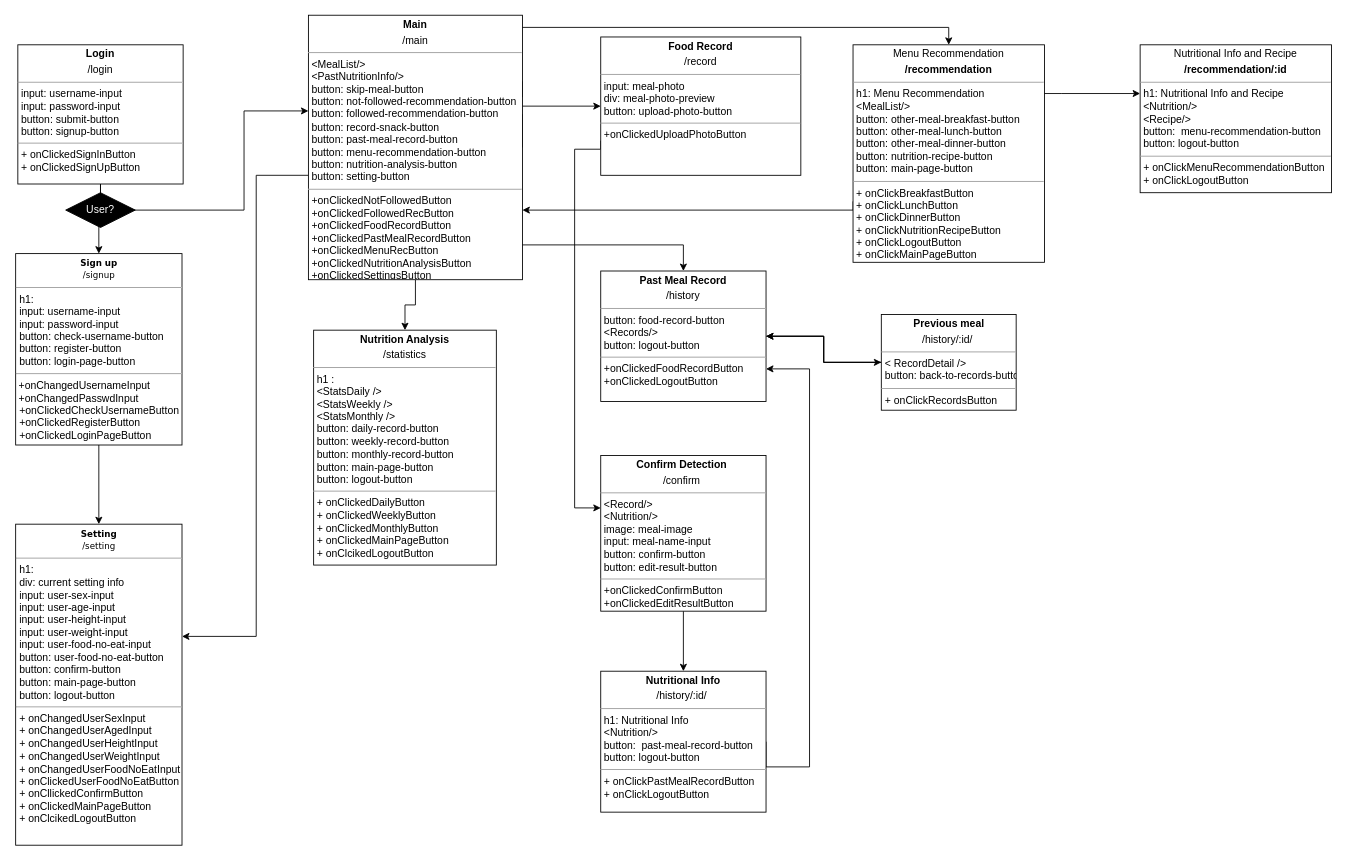
Before: diagrams/Frontend_UML.drawio in swsnu/swpp2021-team5, a draw.io diagram. Source tidied: cells renumbered, new cells numbered last; positions are measured from the earlier drawing's top-left corner, leaving out a move shared by most shapes. Both pictures are drawn from the tidied source at 87%, with x=0, y=0 at pixel (16, 15).
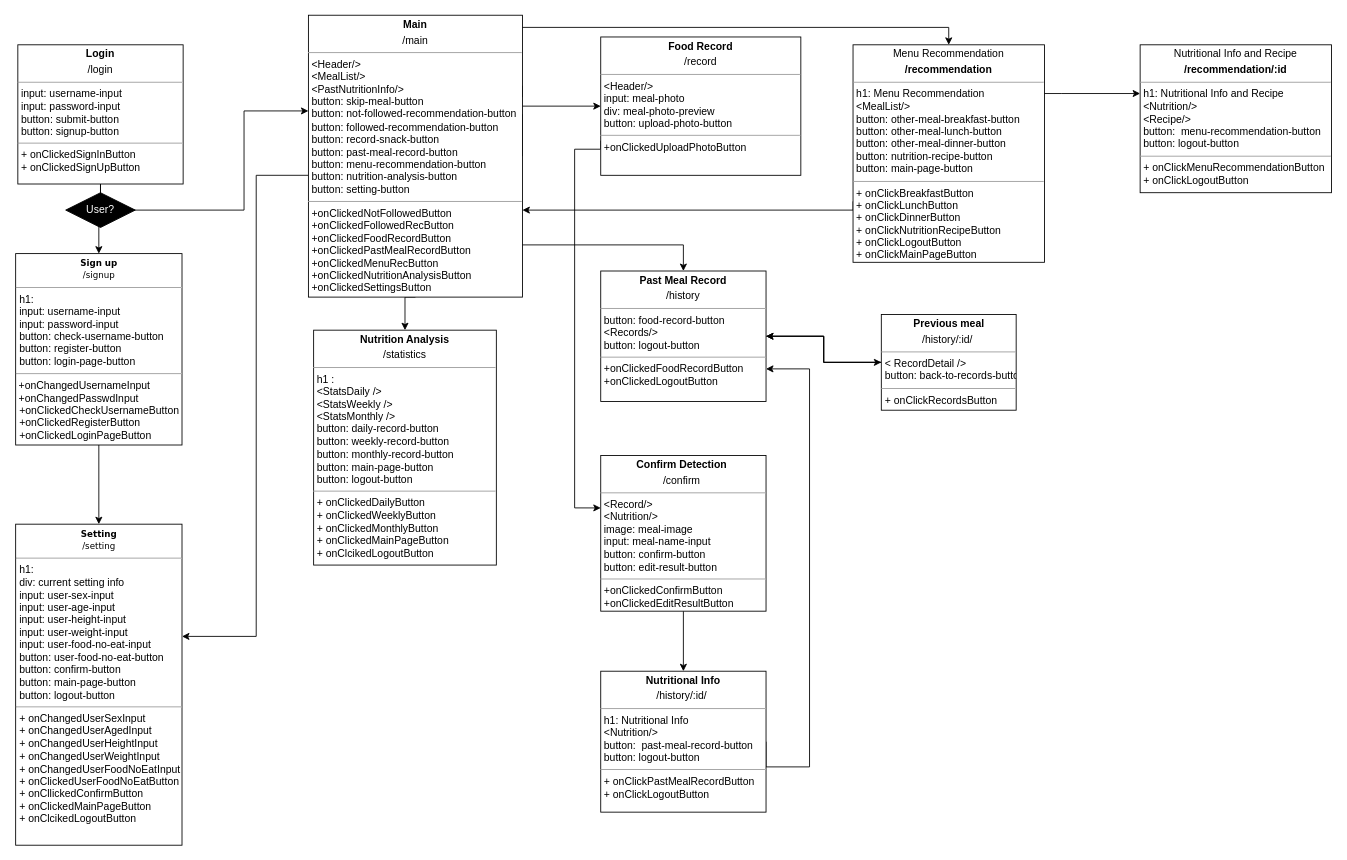
After the change.

Change to the diagram source:
```diff
@@
-    <mxCell id="9" value="&lt;p style=&quot;margin: 0px ; margin-top: 4px ; text-align: center&quot;&gt;&lt;b&gt;Main&lt;/b&gt;&lt;/p&gt;&lt;p style=&quot;margin: 0px ; margin-top: 4px ; text-align: center&quot;&gt;/main&lt;/p&gt;&lt;hr size=&quot;1&quot;&gt;&lt;p style=&quot;margin: 0px ; margin-left: 4px&quot;&gt;&lt;span&gt;&amp;lt;MealList/&amp;gt;&lt;/span&gt;&lt;br&gt;&lt;/p&gt;&lt;p style=&quot;margin: 0px ; margin-left: 4px&quot;&gt;&amp;lt;PastNutritionInfo/&amp;gt;&lt;/p&gt;&lt;p style=&quot;margin: 0px ; margin-left: 4px&quot;&gt;button: skip-meal-button&lt;/p&gt;&lt;p style=&quot;margin: 0px ; margin-left: 4px&quot;&gt;button: not-followed-recommendation-button&lt;/p&gt;&lt;p style=&quot;margin: 0px 0px 0px 4px&quot;&gt;button: followed-recommendation-button&lt;/p&gt;&lt;p style=&quot;margin: 0px ; margin-left: 4px&quot;&gt;&lt;span&gt;button: record-snack-button&lt;/span&gt;&lt;br&gt;&lt;/p&gt;&lt;p style=&quot;margin: 0px 0px 0px 4px&quot;&gt;button: past-meal-record-button&lt;/p&gt;&lt;p style=&quot;margin: 0px 0px 0px 4px&quot;&gt;button: menu-recommendation-button&lt;/p&gt;&lt;p style=&quot;margin: 0px 0px 0px 4px&quot;&gt;button: nutrition-analysis-button&lt;/p&gt;&lt;p style=&quot;margin: 0px 0px 0px 4px&quot;&gt;&lt;span&gt;button: setting-button&lt;/span&gt;&lt;br&gt;&lt;/p&gt;&lt;hr size=&quot;1&quot;&gt;&lt;p style=&quot;margin: 0px ; margin-left: 4px&quot;&gt;+onClickedNotFollowedButton&lt;/p&gt;&lt;p style=&quot;margin: 0px ; margin-left: 4px&quot;&gt;+onClickedFollowedRecButton&lt;br&gt;&lt;/p&gt;&lt;p style=&quot;margin: 0px ; margin-left: 4px&quot;&gt;+onClickedFoodRecordButton&lt;/p&gt;&lt;p style=&quot;margin: 0px 0px 0px 4px&quot;&gt;+onClickedPastMealRecordButton&lt;/p&gt;&lt;p style=&quot;margin: 0px ; margin-left: 4px&quot;&gt;+onClickedMenuRecButton&lt;/p&gt;&lt;p style=&quot;margin: 0px ; margin-left: 4px&quot;&gt;+onClickedNutritionAnalysisButton&lt;/p&gt;&lt;p style=&quot;margin: 0px ; margin-left: 4px&quot;&gt;&lt;span&gt;+onClickedSettingsButton&lt;/span&gt;&lt;br&gt;&lt;/p&gt;" style="verticalAlign=top;align=left;overflow=fill;fontSize=12;fontFamily=Helvetica;html=1;rounded=0;shadow=0;comic=0;labelBackgroundColor=none;strokeWidth=1;" parent="1" vertex="1">
-      <mxGeometry x="336" width="246" height="304" as="geometry" />
+    <mxCell id="9" value="&lt;p style=&quot;margin: 0px ; margin-top: 4px ; text-align: center&quot;&gt;&lt;b&gt;Main&lt;/b&gt;&lt;/p&gt;&lt;p style=&quot;margin: 0px ; margin-top: 4px ; text-align: center&quot;&gt;/main&lt;/p&gt;&lt;hr size=&quot;1&quot;&gt;&lt;p style=&quot;margin: 0px ; margin-left: 4px&quot;&gt;&lt;span&gt;&amp;lt;Header/&amp;gt;&lt;/span&gt;&lt;/p&gt;&lt;p style=&quot;margin: 0px ; margin-left: 4px&quot;&gt;&lt;span&gt;&amp;lt;MealList/&amp;gt;&lt;/span&gt;&lt;br&gt;&lt;/p&gt;&lt;p style=&quot;margin: 0px ; margin-left: 4px&quot;&gt;&amp;lt;PastNutritionInfo/&amp;gt;&lt;/p&gt;&lt;p style=&quot;margin: 0px ; margin-left: 4px&quot;&gt;button: skip-meal-button&lt;/p&gt;&lt;p style=&quot;margin: 0px ; margin-left: 4px&quot;&gt;button: not-followed-recommendation-button&lt;/p&gt;&lt;p style=&quot;margin: 0px 0px 0px 4px&quot;&gt;button: followed-recommendation-button&lt;/p&gt;&lt;p style=&quot;margin: 0px ; margin-left: 4px&quot;&gt;&lt;span&gt;button: record-snack-button&lt;/span&gt;&lt;br&gt;&lt;/p&gt;&lt;p style=&quot;margin: 0px 0px 0px 4px&quot;&gt;button: past-meal-record-button&lt;/p&gt;&lt;p style=&quot;margin: 0px 0px 0px 4px&quot;&gt;button: menu-recommendation-button&lt;/p&gt;&lt;p style=&quot;margin: 0px 0px 0px 4px&quot;&gt;button: nutrition-analysis-button&lt;/p&gt;&lt;p style=&quot;margin: 0px 0px 0px 4px&quot;&gt;&lt;span&gt;button: setting-button&lt;/span&gt;&lt;br&gt;&lt;/p&gt;&lt;hr size=&quot;1&quot;&gt;&lt;p style=&quot;margin: 0px ; margin-left: 4px&quot;&gt;+onClickedNotFollowedButton&lt;/p&gt;&lt;p style=&quot;margin: 0px ; margin-left: 4px&quot;&gt;+onClickedFollowedRecButton&lt;br&gt;&lt;/p&gt;&lt;p style=&quot;margin: 0px ; margin-left: 4px&quot;&gt;+onClickedFoodRecordButton&lt;/p&gt;&lt;p style=&quot;margin: 0px 0px 0px 4px&quot;&gt;+onClickedPastMealRecordButton&lt;/p&gt;&lt;p style=&quot;margin: 0px ; margin-left: 4px&quot;&gt;+onClickedMenuRecButton&lt;/p&gt;&lt;p style=&quot;margin: 0px ; margin-left: 4px&quot;&gt;+onClickedNutritionAnalysisButton&lt;/p&gt;&lt;p style=&quot;margin: 0px ; margin-left: 4px&quot;&gt;&lt;span&gt;+onClickedSettingsButton&lt;/span&gt;&lt;br&gt;&lt;/p&gt;" style="verticalAlign=top;align=left;overflow=fill;fontSize=12;fontFamily=Helvetica;html=1;rounded=0;shadow=0;comic=0;labelBackgroundColor=none;strokeWidth=1;" parent="1" vertex="1">
+      <mxGeometry x="336" width="246" height="324" as="geometry" />
     </mxCell>
@@
-    <mxCell id="15" value="&lt;p style=&quot;margin: 0px ; margin-top: 4px ; text-align: center&quot;&gt;&lt;b&gt;Food Record&lt;/b&gt;&lt;/p&gt;&lt;p style=&quot;margin: 0px ; margin-top: 4px ; text-align: center&quot;&gt;/record&lt;/p&gt;&lt;hr size=&quot;1&quot;&gt;&lt;p style=&quot;margin: 0px ; margin-left: 4px&quot;&gt;&lt;span&gt;input: meal-photo&lt;/span&gt;&lt;/p&gt;&lt;p style=&quot;margin: 0px ; margin-left: 4px&quot;&gt;&lt;span&gt;div: meal-photo-preview&lt;/span&gt;&lt;/p&gt;&lt;p style=&quot;margin: 0px ; margin-left: 4px&quot;&gt;&lt;span&gt;button: upload-photo-button&lt;/span&gt;&lt;/p&gt;&lt;hr size=&quot;1&quot;&gt;&lt;p style=&quot;margin: 0px ; margin-left: 4px&quot;&gt;&lt;span&gt;+onClickedUploadPhotoButton&lt;/span&gt;&lt;br&gt;&lt;/p&gt;&lt;p style=&quot;margin: 0px ; margin-left: 4px&quot;&gt;&lt;br&gt;&lt;/p&gt;" style="verticalAlign=top;align=left;overflow=fill;fontSize=12;fontFamily=Helvetica;html=1;rounded=0;shadow=0;comic=0;labelBackgroundColor=none;strokeWidth=1;" parent="1" vertex="1">
+    <mxCell id="15" value="&lt;p style=&quot;margin: 0px ; margin-top: 4px ; text-align: center&quot;&gt;&lt;b&gt;Food Record&lt;/b&gt;&lt;/p&gt;&lt;p style=&quot;margin: 0px ; margin-top: 4px ; text-align: center&quot;&gt;/record&lt;/p&gt;&lt;hr size=&quot;1&quot;&gt;&lt;p style=&quot;margin: 0px ; margin-left: 4px&quot;&gt;&lt;span&gt;&amp;lt;Header/&amp;gt;&lt;/span&gt;&lt;/p&gt;&lt;p style=&quot;margin: 0px ; margin-left: 4px&quot;&gt;&lt;span&gt;input: meal-photo&lt;/span&gt;&lt;/p&gt;&lt;p style=&quot;margin: 0px ; margin-left: 4px&quot;&gt;&lt;span&gt;div: meal-photo-preview&lt;/span&gt;&lt;/p&gt;&lt;p style=&quot;margin: 0px ; margin-left: 4px&quot;&gt;&lt;span&gt;button: upload-photo-button&lt;/span&gt;&lt;/p&gt;&lt;hr size=&quot;1&quot;&gt;&lt;p style=&quot;margin: 0px ; margin-left: 4px&quot;&gt;&lt;span&gt;+onClickedUploadPhotoButton&lt;/span&gt;&lt;br&gt;&lt;/p&gt;&lt;p style=&quot;margin: 0px ; margin-left: 4px&quot;&gt;&lt;br&gt;&lt;/p&gt;" style="verticalAlign=top;align=left;overflow=fill;fontSize=12;fontFamily=Helvetica;html=1;rounded=0;shadow=0;comic=0;labelBackgroundColor=none;strokeWidth=1;" parent="1" vertex="1">
       <mxGeometry x="672" y="25" width="230" height="159" as="geometry" />
     </mxCell>
```
